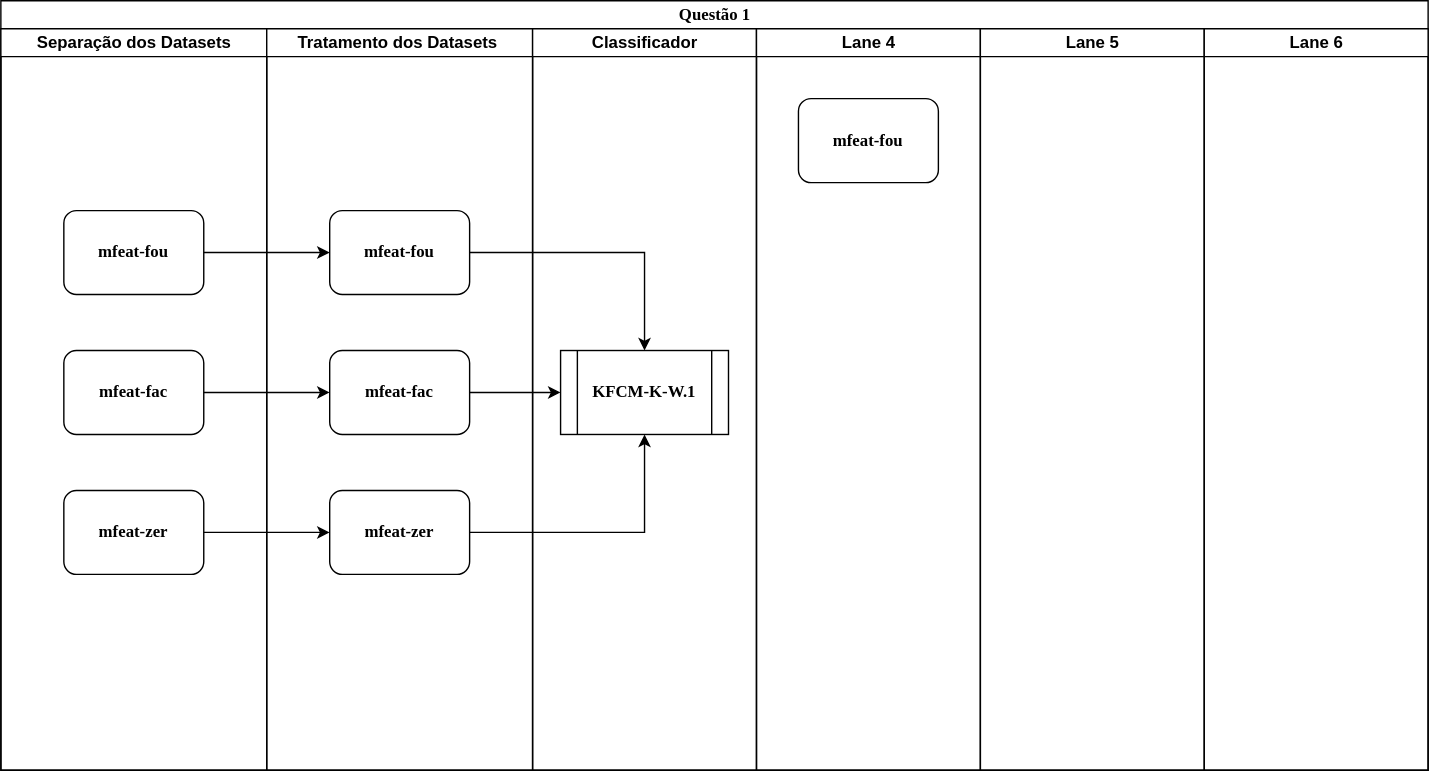
Before: Projeto_Chico/projeto_final.svg, a diagram exported from draw.io (Zuluke/Projetos-AM). Source tidied: cells renumbered, new cells last; positions are measured from the earlier drawing's top-left corner, leaving out a move shared by most shapes.
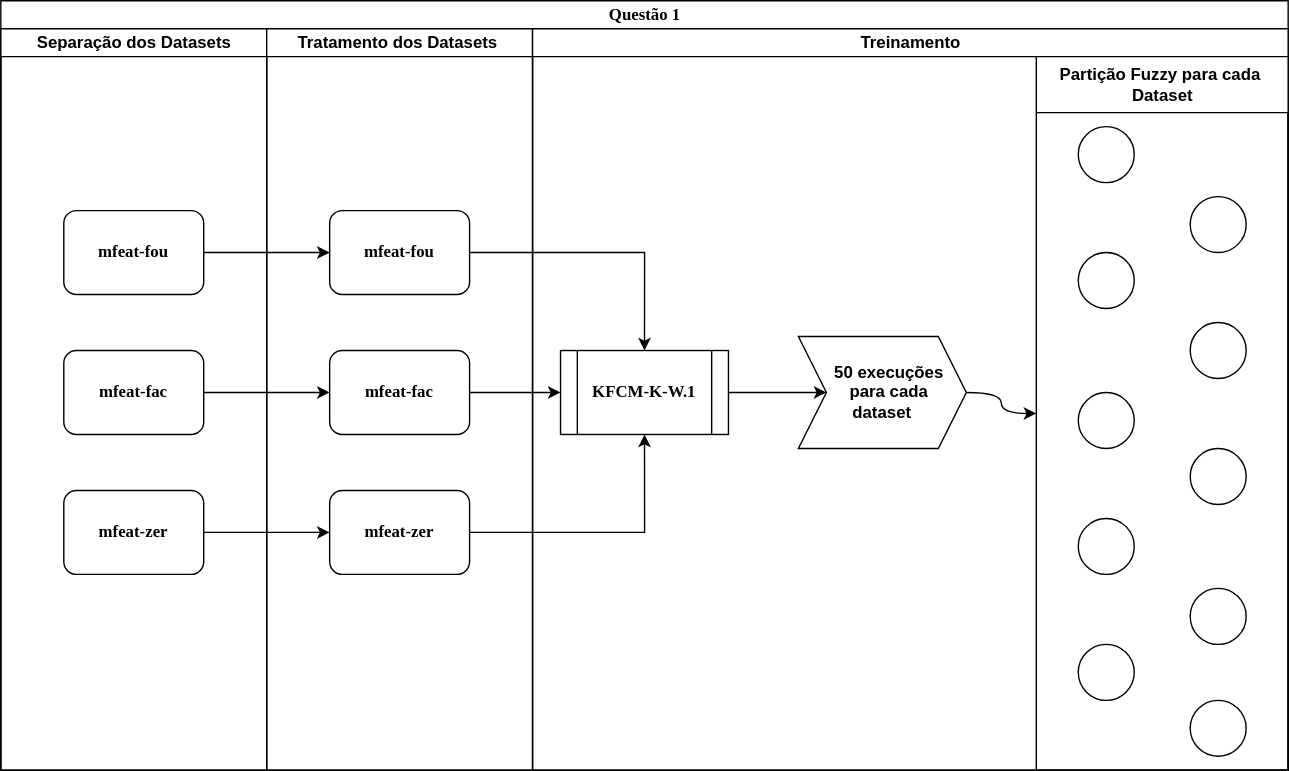
After the change.

Change to the diagram source:
```diff
@@ -3,7 +3,7 @@
     <mxCell id="0" />
     <mxCell id="1" parent="0" />
     <mxCell id="2" value="&lt;font style=&quot;font-size: 12px;&quot;&gt;Questão 1&lt;/font&gt;" style="swimlane;html=1;startSize=20;rounded=0;shadow=0;labelBackgroundColor=none;strokeWidth=1;fontFamily=Verdana;fontSize=8;align=center;" parent="1" vertex="1">
-      <mxGeometry width="1020" height="550" as="geometry" />
+      <mxGeometry width="920" height="550" as="geometry" />
     </mxCell>
     <mxCell id="3" value="Separação dos Datasets" style="swimlane;html=1;startSize=20;" parent="2" vertex="1">
       <mxGeometry y="20" width="190" height="530" as="geometry" />
@@ -23,35 +23,60 @@
     <mxCell id="8" value="&lt;font style=&quot;font-size: 12px;&quot;&gt;&lt;b&gt;mfeat-fou&lt;/b&gt;&lt;/font&gt;" style="rounded=1;whiteSpace=wrap;html=1;shadow=0;labelBackgroundColor=none;strokeWidth=1;fontFamily=Verdana;fontSize=8;align=center;" parent="7" vertex="1">
       <mxGeometry x="45" y="130" width="100" height="60" as="geometry" />
     </mxCell>
-    <mxCell id="9" style="edgeStyle=orthogonalEdgeStyle;rounded=0;jettySize=auto;html=1;exitX=1;exitY=0.5;exitDx=0;exitDy=0;" parent="7" edge="1" source="10">
-      <mxGeometry relative="1" as="geometry">
-        <mxPoint x="210" y="260" as="targetPoint" />
-      </mxGeometry>
-    </mxCell>
     <mxCell id="10" value="&lt;font style=&quot;font-size: 12px;&quot;&gt;&lt;b&gt;mfeat-fac&lt;/b&gt;&lt;/font&gt;" style="rounded=1;whiteSpace=wrap;html=1;shadow=0;labelBackgroundColor=none;strokeWidth=1;fontFamily=Verdana;fontSize=8;align=center;" parent="7" vertex="1">
       <mxGeometry x="45" y="230" width="100" height="60" as="geometry" />
     </mxCell>
     <mxCell id="11" value="&lt;font style=&quot;font-size: 12px;&quot;&gt;&lt;b&gt;mfeat-zer&lt;/b&gt;&lt;/font&gt;" style="rounded=1;whiteSpace=wrap;html=1;shadow=0;labelBackgroundColor=none;strokeWidth=1;fontFamily=Verdana;fontSize=8;align=center;" parent="7" vertex="1">
       <mxGeometry x="45" y="330" width="100" height="60" as="geometry" />
     </mxCell>
-    <mxCell id="12" value="Classificador" style="swimlane;html=1;startSize=20;" parent="2" vertex="1">
-      <mxGeometry x="380" y="20" width="160" height="530" as="geometry" />
+    <mxCell id="12" value="Treinamento" style="swimlane;html=1;startSize=20;" parent="2" vertex="1">
+      <mxGeometry x="380" y="20" width="540" height="530" as="geometry" />
     </mxCell>
     <mxCell id="13" value="&lt;font face=&quot;Verdana&quot;&gt;&lt;b&gt;KFCM-K-W.1&lt;/b&gt;&lt;/font&gt;" style="shape=process;whiteSpace=wrap;html=1;backgroundOutline=1;" parent="12" vertex="1">
       <mxGeometry x="20" y="230" width="120" height="60" as="geometry" />
     </mxCell>
+    <mxCell id="23" style="edgeStyle=orthogonalEdgeStyle;curved=1;rounded=0;jettySize=auto;html=1;exitX=1;exitY=0.5;exitDx=0;exitDy=0;entryX=0;entryY=0.5;entryDx=0;entryDy=0;" parent="12" edge="1" source="24" target="14">
+      <mxGeometry relative="1" as="geometry" />
+    </mxCell>
+    <mxCell id="24" value="&lt;b&gt;&amp;nbsp; &amp;nbsp;50 execuções&lt;/b&gt;&lt;div&gt;&lt;b&gt;&amp;nbsp; &amp;nbsp; para cada&amp;nbsp;&lt;/b&gt;&lt;/div&gt;&lt;div&gt;&lt;b&gt;dataset&lt;/b&gt;&lt;/div&gt;" style="shape=step;perimeter=stepPerimeter;whiteSpace=wrap;html=1;fixedSize=1;" parent="12" vertex="1">
+      <mxGeometry x="190" y="220" width="120" height="80" as="geometry" />
+    </mxCell>
+    <mxCell id="25" style="edgeStyle=orthogonalEdgeStyle;rounded=0;jettySize=auto;html=1;exitX=1;exitY=0.5;exitDx=0;exitDy=0;" parent="12" edge="1" source="13" target="24">
+      <mxGeometry relative="1" as="geometry" />
+    </mxCell>
-    <mxCell id="14" value="Lane 4" style="swimlane;html=1;startSize=20;" parent="2" vertex="1">
-      <mxGeometry x="540" y="20" width="160" height="530" as="geometry" />
+    <mxCell id="14" value="Partição Fuzzy para cada&amp;nbsp;&lt;div&gt;Dataset&lt;/div&gt;" style="swimlane;html=1;startSize=40;" parent="12" vertex="1">
+      <mxGeometry x="360" y="20" width="180" height="510" as="geometry" />
     </mxCell>
-    <mxCell id="15" value="&lt;font style=&quot;font-size: 12px;&quot;&gt;&lt;b&gt;mfeat-fou&lt;/b&gt;&lt;/font&gt;" style="rounded=1;whiteSpace=wrap;html=1;shadow=0;labelBackgroundColor=none;strokeWidth=1;fontFamily=Verdana;fontSize=8;align=center;" parent="14" vertex="1">
-      <mxGeometry x="30" y="50" width="100" height="60" as="geometry" />
-    </mxCell>
-    <mxCell id="16" value="Lane 5" style="swimlane;html=1;startSize=20;" parent="2" vertex="1">
-      <mxGeometry x="700" y="20" width="160" height="530" as="geometry" />
-    </mxCell>
-    <mxCell id="17" value="Lane 6" style="swimlane;html=1;startSize=20;" parent="2" vertex="1">
-      <mxGeometry x="860" y="20" width="160" height="530" as="geometry" />
-    </mxCell>
+    <mxCell id="26" style="ellipse;whiteSpace=wrap;html=1;" parent="14" vertex="1">
+      <mxGeometry x="30" y="50" width="40" height="40" as="geometry" />
+    </mxCell>
+    <mxCell id="27" style="ellipse;whiteSpace=wrap;html=1;" parent="14" vertex="1">
+      <mxGeometry x="110" y="100" width="40" height="40" as="geometry" />
+    </mxCell>
+    <mxCell id="28" style="ellipse;whiteSpace=wrap;html=1;" parent="14" vertex="1">
+      <mxGeometry x="30" y="140" width="40" height="40" as="geometry" />
+    </mxCell>
+    <mxCell id="29" style="ellipse;whiteSpace=wrap;html=1;" parent="14" vertex="1">
+      <mxGeometry x="30" y="240" width="40" height="40" as="geometry" />
+    </mxCell>
+    <mxCell id="30" style="ellipse;whiteSpace=wrap;html=1;" parent="14" vertex="1">
+      <mxGeometry x="110" y="280" width="40" height="40" as="geometry" />
+    </mxCell>
+    <mxCell id="31" style="ellipse;whiteSpace=wrap;html=1;" parent="14" vertex="1">
+      <mxGeometry x="30" y="330" width="40" height="40" as="geometry" />
+    </mxCell>
+    <mxCell id="32" style="ellipse;whiteSpace=wrap;html=1;" parent="14" vertex="1">
+      <mxGeometry x="110" y="380" width="40" height="40" as="geometry" />
+    </mxCell>
+    <mxCell id="33" style="ellipse;whiteSpace=wrap;html=1;" parent="14" vertex="1">
+      <mxGeometry x="30" y="420" width="40" height="40" as="geometry" />
+    </mxCell>
+    <mxCell id="34" style="ellipse;whiteSpace=wrap;html=1;" parent="14" vertex="1">
+      <mxGeometry x="110" y="460" width="40" height="40" as="geometry" />
+    </mxCell>
+    <mxCell id="35" style="ellipse;whiteSpace=wrap;html=1;" parent="14" vertex="1">
+      <mxGeometry x="110" y="190" width="40" height="40" as="geometry" />
+    </mxCell>
     <mxCell id="18" style="edgeStyle=orthogonalEdgeStyle;rounded=0;jettySize=auto;html=1;exitX=1;exitY=0.5;exitDx=0;exitDy=0;entryX=0;entryY=0.5;entryDx=0;entryDy=0;" parent="2" edge="1" source="4" target="8">
       <mxGeometry relative="1" as="geometry" />
     </mxCell>
@@ -71,5 +96,8 @@
     <mxCell id="22" style="edgeStyle=orthogonalEdgeStyle;rounded=0;jettySize=auto;html=1;exitX=1;exitY=0.5;exitDx=0;exitDy=0;entryX=0.5;entryY=1;entryDx=0;entryDy=0;" parent="2" edge="1" source="11" target="13">
       <mxGeometry relative="1" as="geometry" />
     </mxCell>
+    <mxCell id="9" style="edgeStyle=orthogonalEdgeStyle;rounded=0;jettySize=auto;html=1;exitX=1;exitY=0.5;exitDx=0;exitDy=0;" parent="2" edge="1" source="10" target="13">
+      <mxGeometry relative="1" as="geometry" />
+    </mxCell>
   </root>
 </mxGraphModel>
```
